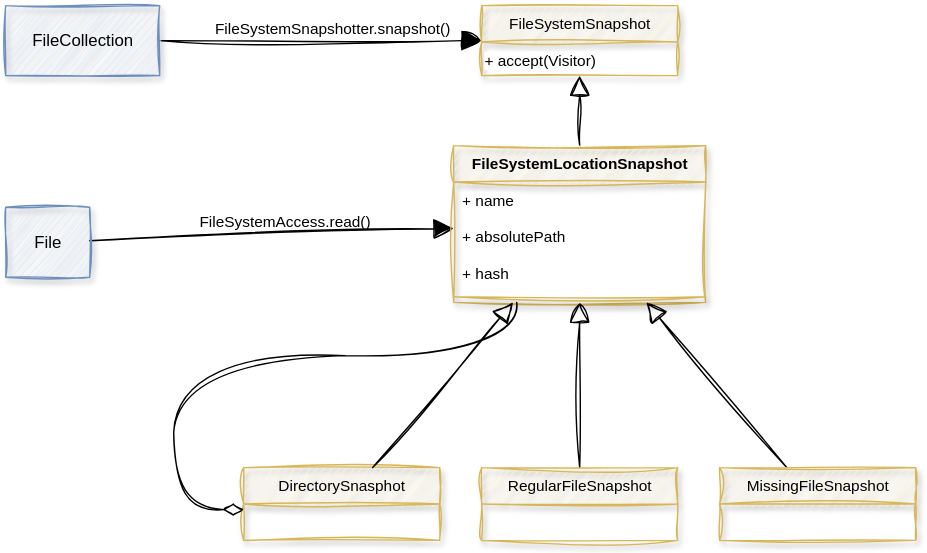
The draw.io diagram platforms/core-execution/snapshots/File-System Snapshotting.drawio.svg in gradle/gradle, before a commit. Source tidied: cells renumbered, new cells last; positions are measured from the earlier drawing's top-left corner, leaving out a move shared by most shapes. The source it was exported from:
```xml
<mxGraphModel>
  <root>
    <mxCell id="0" />
    <mxCell id="1" parent="0" />
    <mxCell id="2" value="FileSystemAccess.read()" style="html=1;verticalAlign=bottom;endArrow=block;curved=0;rounded=0;sketch=1;curveFitting=1;jiggle=2;startSize=12;endSize=12;labelBackgroundColor=none;" parent="1" edge="1" source="5" target="8">
      <mxGeometry x="0.07" relative="1" as="geometry" />
    </mxCell>
    <mxCell id="3" value="FileSystemSnapshotter.snapshot()" style="html=1;verticalAlign=bottom;endArrow=block;curved=0;rounded=0;sketch=1;curveFitting=1;jiggle=2;startSize=12;endSize=12;" parent="1" edge="1" source="4">
      <mxGeometry x="0.07" relative="1" as="geometry">
        <mxPoint x="340" y="25" as="targetPoint" />
      </mxGeometry>
    </mxCell>
    <mxCell id="4" value="FileCollection" style="html=1;whiteSpace=wrap;sketch=1;curveFitting=1;jiggle=2;shadow=1;fillColor=#dae8fc;strokeColor=#6c8ebf;" parent="1" vertex="1">
      <mxGeometry width="110" height="50" as="geometry" />
    </mxCell>
    <mxCell id="5" value="File" style="html=1;whiteSpace=wrap;sketch=1;curveFitting=1;jiggle=2;shadow=1;fillColor=#dae8fc;strokeColor=#6c8ebf;" parent="1" vertex="1">
      <mxGeometry y="144" width="60" height="50" as="geometry" />
    </mxCell>
    <mxCell id="6" style="edgeStyle=none;shape=connector;curved=0;rounded=0;sketch=1;jiggle=2;curveFitting=1;orthogonalLoop=1;jettySize=auto;html=1;exitX=1;exitY=0.5;exitDx=0;exitDy=0;strokeColor=default;align=center;verticalAlign=bottom;fontFamily=Helvetica;fontSize=11;fontColor=default;labelBackgroundColor=default;endArrow=block;startSize=12;endSize=12;" parent="1" edge="1" source="5" target="5">
      <mxGeometry relative="1" as="geometry" />
    </mxCell>
    <mxCell id="7" style="edgeStyle=none;shape=connector;curved=0;rounded=0;sketch=1;jiggle=2;curveFitting=1;jettySize=auto;html=1;strokeColor=default;align=center;verticalAlign=bottom;fontFamily=Helvetica;fontSize=11;fontColor=default;labelBackgroundColor=default;endArrow=block;endFill=0;startSize=12;endSize=12;" parent="1" edge="1" source="8" target="19">
      <mxGeometry relative="1" as="geometry" />
    </mxCell>
    <mxCell id="8" value="FileSystem&lt;span style=&quot;color: light-dark(rgb(0, 0, 0), rgb(255, 255, 255));&quot;&gt;LocationSnapshot&lt;/span&gt;" style="swimlane;fontStyle=1;align=center;verticalAlign=top;horizontal=1;startSize=26;whiteSpace=wrap;html=1;shadow=1;sketch=1;jiggle=2;curveFitting=1;strokeColor=#d6b656;fontFamily=Helvetica;fontSize=11;labelBackgroundColor=none;fillColor=#fff2cc;" parent="1" vertex="1">
      <mxGeometry x="320" y="100" width="180" height="112" as="geometry" />
    </mxCell>
    <mxCell id="9" value="+ name" style="text;strokeColor=none;fillColor=none;align=left;verticalAlign=top;spacingLeft=4;spacingRight=4;overflow=hidden;whiteSpace=wrap;html=1;fontFamily=Helvetica;fontSize=11;fontColor=default;labelBackgroundColor=default;" parent="8" vertex="1">
      <mxGeometry y="26" width="180" height="26" as="geometry" />
    </mxCell>
    <mxCell id="10" value="+ absolutePath" style="text;strokeColor=none;fillColor=none;align=left;verticalAlign=top;spacingLeft=4;spacingRight=4;overflow=hidden;whiteSpace=wrap;html=1;fontFamily=Helvetica;fontSize=11;fontColor=default;labelBackgroundColor=default;" parent="8" vertex="1">
      <mxGeometry y="52" width="180" height="26" as="geometry" />
    </mxCell>
    <mxCell id="11" value="+ hash" style="text;strokeColor=none;fillColor=none;align=left;verticalAlign=top;spacingLeft=4;spacingRight=4;overflow=hidden;whiteSpace=wrap;html=1;fontFamily=Helvetica;fontSize=11;fontColor=default;labelBackgroundColor=default;" parent="8" vertex="1">
      <mxGeometry y="78" width="180" height="26" as="geometry" />
    </mxCell>
    <mxCell id="12" style="line;strokeWidth=1;fillColor=none;align=left;verticalAlign=middle;spacingTop=-1;spacingLeft=3;spacingRight=3;labelPosition=right;strokeColor=inherit;shadow=1;sketch=1;jiggle=2;curveFitting=1;fontFamily=Helvetica;fontSize=11;fontColor=default;labelBackgroundColor=default;" parent="8" vertex="1">
      <mxGeometry y="104" width="180" height="8" as="geometry" />
    </mxCell>
    <mxCell id="13" value="DirectorySnasphot" style="swimlane;fontStyle=0;horizontal=1;startSize=26;fillColor=#fff2cc;whiteSpace=wrap;html=1;shadow=1;sketch=1;jiggle=2;curveFitting=1;strokeColor=#d6b656;align=center;verticalAlign=middle;fontFamily=Helvetica;fontSize=11;labelBackgroundColor=none;" parent="1" vertex="1">
      <mxGeometry x="170" y="330" width="140" height="52" as="geometry" />
    </mxCell>
    <mxCell id="14" style="edgeStyle=none;shape=connector;curved=0;rounded=0;sketch=1;jiggle=2;curveFitting=1;jettySize=auto;html=1;strokeColor=default;align=center;verticalAlign=bottom;fontFamily=Helvetica;fontSize=11;fontColor=default;labelBackgroundColor=default;endArrow=block;endFill=0;startSize=12;endSize=12;" parent="1" edge="1" source="15" target="8">
      <mxGeometry relative="1" as="geometry" />
    </mxCell>
    <mxCell id="15" value="RegularFileSnapshot" style="swimlane;fontStyle=0;horizontal=1;startSize=26;fillColor=#fff2cc;whiteSpace=wrap;html=1;shadow=1;sketch=1;jiggle=2;curveFitting=1;strokeColor=#d6b656;align=center;verticalAlign=middle;fontFamily=Helvetica;fontSize=11;labelBackgroundColor=none;" parent="1" vertex="1">
      <mxGeometry x="340" y="330" width="140" height="52" as="geometry" />
    </mxCell>
    <mxCell id="16" style="edgeStyle=none;shape=connector;curved=0;rounded=0;sketch=1;jiggle=2;curveFitting=1;jettySize=auto;html=1;strokeColor=default;align=center;verticalAlign=bottom;fontFamily=Helvetica;fontSize=11;fontColor=default;labelBackgroundColor=default;endArrow=block;endFill=0;startSize=12;endSize=12;" parent="1" edge="1" source="17" target="8">
      <mxGeometry relative="1" as="geometry" />
    </mxCell>
    <mxCell id="17" value="MissingFileSnapshot" style="swimlane;fontStyle=0;horizontal=1;startSize=26;fillColor=#fff2cc;whiteSpace=wrap;html=1;shadow=1;sketch=1;jiggle=2;curveFitting=1;strokeColor=#d6b656;align=center;verticalAlign=middle;fontFamily=Helvetica;fontSize=11;labelBackgroundColor=none;" parent="1" vertex="1">
      <mxGeometry x="510" y="330" width="140" height="52" as="geometry" />
    </mxCell>
    <mxCell id="18" style="edgeStyle=none;shape=connector;curved=0;rounded=0;sketch=1;jiggle=2;curveFitting=1;jettySize=auto;html=1;strokeColor=default;align=center;verticalAlign=bottom;fontFamily=Helvetica;fontSize=11;fontColor=default;labelBackgroundColor=default;endArrow=block;endFill=0;startSize=12;endSize=12;" parent="1" edge="1" source="13" target="8">
      <mxGeometry relative="1" as="geometry" />
    </mxCell>
    <mxCell id="19" value="&lt;span style=&quot;&quot;&gt;FileSystemSnapshot&lt;/span&gt;" style="swimlane;fontStyle=0;horizontal=1;startSize=26;fillColor=#fff2cc;whiteSpace=wrap;html=1;shadow=1;sketch=1;jiggle=2;curveFitting=1;strokeColor=#d6b656;align=center;verticalAlign=middle;fontFamily=Helvetica;fontSize=11;labelBackgroundColor=none;" parent="1" vertex="1">
      <mxGeometry x="340" width="140" height="50" as="geometry" />
    </mxCell>
    <mxCell id="20" value="&lt;span style=&quot;color: rgb(0, 0, 0); font-family: Helvetica; font-size: 11px; font-style: normal; font-variant-ligatures: normal; font-variant-caps: normal; font-weight: 400; letter-spacing: normal; orphans: 2; text-align: left; text-indent: 0px; text-transform: none; widows: 2; word-spacing: 0px; -webkit-text-stroke-width: 0px; white-space: normal; background-color: rgb(255, 255, 255); text-decoration-thickness: initial; text-decoration-style: initial; text-decoration-color: initial; display: inline !important; float: none;&quot;&gt;+ accept(Visitor)&lt;/span&gt;" style="text;whiteSpace=wrap;html=1;fontFamily=Helvetica;fontSize=11;fontColor=default;labelBackgroundColor=default;sketch=1;curveFitting=1;jiggle=2;" parent="19" vertex="1">
      <mxGeometry y="26" width="140" height="24" as="geometry" />
    </mxCell>
    <mxCell id="21" style="endArrow=diamondThin;endFill=0;endSize=12;html=1;rounded=0;sketch=1;jiggle=2;curveFitting=1;strokeColor=default;align=center;verticalAlign=bottom;fontFamily=Helvetica;fontSize=11;fontColor=default;labelBackgroundColor=default;curved=1;edgeStyle=orthogonalEdgeStyle;exitX=0.25;exitY=1;exitDx=0;exitDy=0;startSize=12;" parent="1" edge="1" source="8">
      <mxGeometry relative="1" as="geometry">
        <mxPoint x="170" y="360" as="targetPoint" />
        <Array as="points">
          <mxPoint x="365" y="250" />
          <mxPoint x="120" y="250" />
          <mxPoint x="120" y="360" />
        </Array>
      </mxGeometry>
    </mxCell>
  </root>
</mxGraphModel>
```
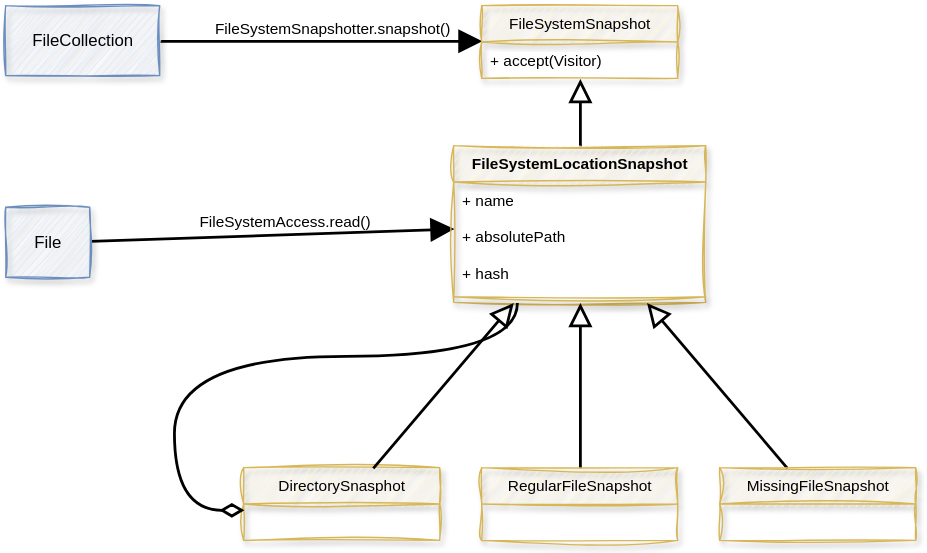
After the change.

What changed in the source:
```diff
@@ -2,10 +2,10 @@
   <root>
     <mxCell id="0" />
     <mxCell id="1" parent="0" />
-    <mxCell id="2" value="FileSystemAccess.read()" style="html=1;verticalAlign=bottom;endArrow=block;curved=0;rounded=0;sketch=1;curveFitting=1;jiggle=2;startSize=12;endSize=12;labelBackgroundColor=none;" parent="1" edge="1" source="5" target="8">
+    <mxCell id="2" value="FileSystemAccess.read()" style="html=1;verticalAlign=bottom;endArrow=block;curved=0;rounded=0;startSize=12;endSize=12;labelBackgroundColor=none;strokeWidth=2;" parent="1" edge="1" source="5" target="8">
       <mxGeometry x="0.07" relative="1" as="geometry" />
     </mxCell>
-    <mxCell id="3" value="FileSystemSnapshotter.snapshot()" style="html=1;verticalAlign=bottom;endArrow=block;curved=0;rounded=0;sketch=1;curveFitting=1;jiggle=2;startSize=12;endSize=12;" parent="1" edge="1" source="4">
+    <mxCell id="3" value="FileSystemSnapshotter.snapshot()" style="html=1;verticalAlign=bottom;endArrow=block;curved=0;rounded=0;startSize=12;endSize=12;strokeWidth=2;" parent="1" edge="1" source="4">
       <mxGeometry x="0.07" relative="1" as="geometry">
         <mxPoint x="340" y="25" as="targetPoint" />
       </mxGeometry>
@@ -13,13 +13,13 @@
     <mxCell id="4" value="FileCollection" style="html=1;whiteSpace=wrap;sketch=1;curveFitting=1;jiggle=2;shadow=1;fillColor=#dae8fc;strokeColor=#6c8ebf;" parent="1" vertex="1">
       <mxGeometry width="110" height="50" as="geometry" />
     </mxCell>
-    <mxCell id="5" value="File" style="html=1;whiteSpace=wrap;sketch=1;curveFitting=1;jiggle=2;shadow=1;fillColor=#dae8fc;strokeColor=#6c8ebf;" parent="1" vertex="1">
+    <mxCell id="5" value="File" style="html=1;whiteSpace=wrap;sketch=1;curveFitting=1;jiggle=2;shadow=1;fillColor=#dae8fc;strokeColor=#6c8ebf;glass=0;rounded=0;" parent="1" vertex="1">
       <mxGeometry y="144" width="60" height="50" as="geometry" />
     </mxCell>
-    <mxCell id="6" style="edgeStyle=none;shape=connector;curved=0;rounded=0;sketch=1;jiggle=2;curveFitting=1;orthogonalLoop=1;jettySize=auto;html=1;exitX=1;exitY=0.5;exitDx=0;exitDy=0;strokeColor=default;align=center;verticalAlign=bottom;fontFamily=Helvetica;fontSize=11;fontColor=default;labelBackgroundColor=default;endArrow=block;startSize=12;endSize=12;" parent="1" edge="1" source="5" target="5">
+    <mxCell id="6" style="edgeStyle=none;shape=connector;curved=0;rounded=0;orthogonalLoop=1;jettySize=auto;html=1;exitX=1;exitY=0.5;exitDx=0;exitDy=0;strokeColor=default;align=center;verticalAlign=bottom;fontFamily=Helvetica;fontSize=11;fontColor=default;labelBackgroundColor=default;endArrow=block;startSize=12;endSize=12;strokeWidth=2;" parent="1" edge="1" source="5" target="5">
       <mxGeometry relative="1" as="geometry" />
     </mxCell>
-    <mxCell id="7" style="edgeStyle=none;shape=connector;curved=0;rounded=0;sketch=1;jiggle=2;curveFitting=1;jettySize=auto;html=1;strokeColor=default;align=center;verticalAlign=bottom;fontFamily=Helvetica;fontSize=11;fontColor=default;labelBackgroundColor=default;endArrow=block;endFill=0;startSize=12;endSize=12;" parent="1" edge="1" source="8" target="19">
+    <mxCell id="7" style="edgeStyle=none;shape=connector;curved=0;rounded=0;jettySize=auto;html=1;strokeColor=default;align=center;verticalAlign=bottom;fontFamily=Helvetica;fontSize=11;fontColor=default;labelBackgroundColor=default;endArrow=block;endFill=0;startSize=12;endSize=12;strokeWidth=2;" parent="1" edge="1" source="8" target="19">
       <mxGeometry relative="1" as="geometry" />
     </mxCell>
     <mxCell id="8" value="FileSystem&lt;span style=&quot;color: light-dark(rgb(0, 0, 0), rgb(255, 255, 255));&quot;&gt;LocationSnapshot&lt;/span&gt;" style="swimlane;fontStyle=1;align=center;verticalAlign=top;horizontal=1;startSize=26;whiteSpace=wrap;html=1;shadow=1;sketch=1;jiggle=2;curveFitting=1;strokeColor=#d6b656;fontFamily=Helvetica;fontSize=11;labelBackgroundColor=none;fillColor=#fff2cc;" parent="1" vertex="1">
@@ -40,28 +40,28 @@
     <mxCell id="13" value="DirectorySnasphot" style="swimlane;fontStyle=0;horizontal=1;startSize=26;fillColor=#fff2cc;whiteSpace=wrap;html=1;shadow=1;sketch=1;jiggle=2;curveFitting=1;strokeColor=#d6b656;align=center;verticalAlign=middle;fontFamily=Helvetica;fontSize=11;labelBackgroundColor=none;" parent="1" vertex="1">
       <mxGeometry x="170" y="330" width="140" height="52" as="geometry" />
     </mxCell>
-    <mxCell id="14" style="edgeStyle=none;shape=connector;curved=0;rounded=0;sketch=1;jiggle=2;curveFitting=1;jettySize=auto;html=1;strokeColor=default;align=center;verticalAlign=bottom;fontFamily=Helvetica;fontSize=11;fontColor=default;labelBackgroundColor=default;endArrow=block;endFill=0;startSize=12;endSize=12;" parent="1" edge="1" source="15" target="8">
+    <mxCell id="14" style="edgeStyle=none;shape=connector;curved=0;rounded=0;jettySize=auto;html=1;strokeColor=default;align=center;verticalAlign=bottom;fontFamily=Helvetica;fontSize=11;fontColor=default;labelBackgroundColor=default;endArrow=block;endFill=0;startSize=12;endSize=12;strokeWidth=2;" parent="1" edge="1" source="15" target="8">
       <mxGeometry relative="1" as="geometry" />
     </mxCell>
     <mxCell id="15" value="RegularFileSnapshot" style="swimlane;fontStyle=0;horizontal=1;startSize=26;fillColor=#fff2cc;whiteSpace=wrap;html=1;shadow=1;sketch=1;jiggle=2;curveFitting=1;strokeColor=#d6b656;align=center;verticalAlign=middle;fontFamily=Helvetica;fontSize=11;labelBackgroundColor=none;" parent="1" vertex="1">
       <mxGeometry x="340" y="330" width="140" height="52" as="geometry" />
     </mxCell>
-    <mxCell id="16" style="edgeStyle=none;shape=connector;curved=0;rounded=0;sketch=1;jiggle=2;curveFitting=1;jettySize=auto;html=1;strokeColor=default;align=center;verticalAlign=bottom;fontFamily=Helvetica;fontSize=11;fontColor=default;labelBackgroundColor=default;endArrow=block;endFill=0;startSize=12;endSize=12;" parent="1" edge="1" source="17" target="8">
+    <mxCell id="16" style="edgeStyle=none;shape=connector;curved=0;rounded=0;jettySize=auto;html=1;strokeColor=default;align=center;verticalAlign=bottom;fontFamily=Helvetica;fontSize=11;fontColor=default;labelBackgroundColor=default;endArrow=block;endFill=0;startSize=12;endSize=12;strokeWidth=2;" parent="1" edge="1" source="17" target="8">
       <mxGeometry relative="1" as="geometry" />
     </mxCell>
     <mxCell id="17" value="MissingFileSnapshot" style="swimlane;fontStyle=0;horizontal=1;startSize=26;fillColor=#fff2cc;whiteSpace=wrap;html=1;shadow=1;sketch=1;jiggle=2;curveFitting=1;strokeColor=#d6b656;align=center;verticalAlign=middle;fontFamily=Helvetica;fontSize=11;labelBackgroundColor=none;" parent="1" vertex="1">
       <mxGeometry x="510" y="330" width="140" height="52" as="geometry" />
     </mxCell>
-    <mxCell id="18" style="edgeStyle=none;shape=connector;curved=0;rounded=0;sketch=1;jiggle=2;curveFitting=1;jettySize=auto;html=1;strokeColor=default;align=center;verticalAlign=bottom;fontFamily=Helvetica;fontSize=11;fontColor=default;labelBackgroundColor=default;endArrow=block;endFill=0;startSize=12;endSize=12;" parent="1" edge="1" source="13" target="8">
+    <mxCell id="18" style="edgeStyle=none;shape=connector;curved=0;rounded=0;jettySize=auto;html=1;strokeColor=default;align=center;verticalAlign=bottom;fontFamily=Helvetica;fontSize=11;fontColor=default;labelBackgroundColor=default;endArrow=block;endFill=0;startSize=12;endSize=12;strokeWidth=2;" parent="1" edge="1" source="13" target="8">
       <mxGeometry relative="1" as="geometry" />
     </mxCell>
     <mxCell id="19" value="&lt;span style=&quot;&quot;&gt;FileSystemSnapshot&lt;/span&gt;" style="swimlane;fontStyle=0;horizontal=1;startSize=26;fillColor=#fff2cc;whiteSpace=wrap;html=1;shadow=1;sketch=1;jiggle=2;curveFitting=1;strokeColor=#d6b656;align=center;verticalAlign=middle;fontFamily=Helvetica;fontSize=11;labelBackgroundColor=none;" parent="1" vertex="1">
-      <mxGeometry x="340" width="140" height="50" as="geometry" />
+      <mxGeometry x="340" width="140" height="52" as="geometry" />
     </mxCell>
-    <mxCell id="20" value="&lt;span style=&quot;color: rgb(0, 0, 0); font-family: Helvetica; font-size: 11px; font-style: normal; font-variant-ligatures: normal; font-variant-caps: normal; font-weight: 400; letter-spacing: normal; orphans: 2; text-align: left; text-indent: 0px; text-transform: none; widows: 2; word-spacing: 0px; -webkit-text-stroke-width: 0px; white-space: normal; background-color: rgb(255, 255, 255); text-decoration-thickness: initial; text-decoration-style: initial; text-decoration-color: initial; display: inline !important; float: none;&quot;&gt;+ accept(Visitor)&lt;/span&gt;" style="text;whiteSpace=wrap;html=1;fontFamily=Helvetica;fontSize=11;fontColor=default;labelBackgroundColor=default;sketch=1;curveFitting=1;jiggle=2;" parent="19" vertex="1">
-      <mxGeometry y="26" width="140" height="24" as="geometry" />
+    <mxCell id="20" value="+ accept(Visitor)" style="text;strokeColor=none;fillColor=none;align=left;verticalAlign=top;spacingLeft=4;spacingRight=4;overflow=hidden;whiteSpace=wrap;html=1;fontFamily=Helvetica;fontSize=11;fontColor=default;labelBackgroundColor=default;" parent="19" vertex="1">
+      <mxGeometry y="26" width="140" height="26" as="geometry" />
     </mxCell>
-    <mxCell id="21" style="endArrow=diamondThin;endFill=0;endSize=12;html=1;rounded=0;sketch=1;jiggle=2;curveFitting=1;strokeColor=default;align=center;verticalAlign=bottom;fontFamily=Helvetica;fontSize=11;fontColor=default;labelBackgroundColor=default;curved=1;edgeStyle=orthogonalEdgeStyle;exitX=0.25;exitY=1;exitDx=0;exitDy=0;startSize=12;" parent="1" edge="1" source="8">
+    <mxCell id="21" style="endArrow=diamondThin;endFill=0;endSize=12;html=1;rounded=0;strokeColor=default;align=center;verticalAlign=bottom;fontFamily=Helvetica;fontSize=11;fontColor=default;labelBackgroundColor=default;curved=1;edgeStyle=orthogonalEdgeStyle;exitX=0.25;exitY=1;exitDx=0;exitDy=0;startSize=12;strokeWidth=2;" parent="1" edge="1" source="8">
       <mxGeometry relative="1" as="geometry">
         <mxPoint x="170" y="360" as="targetPoint" />
         <Array as="points">
```
